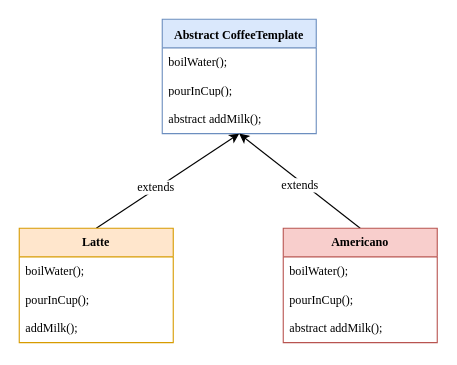
Above: DrawIO_file/流程图/模版方法模式.drawio in DingDongZz/typera_PicGO (draw.io), before the change. Source tidied: cells renumbered, new cells numbered last; positions are measured from the earlier drawing's top-left corner, leaving out a move shared by most shapes. Both pictures are drawn from the tidied source at 110%, with x=0, y=0 at pixel (19, 19).
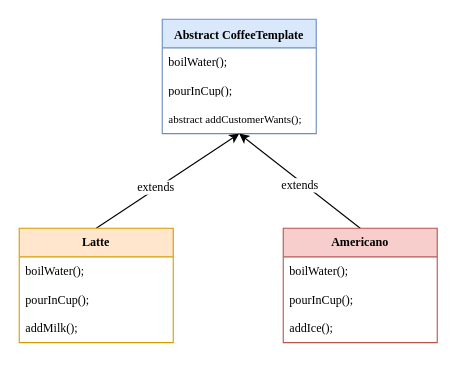
The same diagram, later.

Commit message (it also covers changes not shown here):
更新模版方法模式.drawio

What changed in the source:
```diff
@@
 <mxGraphModel>
   <root>
     <mxCell id="0" />
     <mxCell id="1" parent="0" />
     <mxCell id="2" value="&lt;p style=&quot;margin: 0px; font-variant-numeric: normal; font-variant-east-asian: normal; font-variant-alternates: normal; font-size-adjust: none; font-kerning: auto; font-optical-sizing: auto; font-feature-settings: normal; font-variation-settings: normal; font-variant-position: normal; font-variant-emoji: normal; font-stretch: normal; line-height: normal; text-align: start;&quot; class=&quot;p1&quot;&gt;&lt;b&gt;Abstract CoffeeTemplate&lt;/b&gt;&lt;/p&gt;" style="swimlane;fontStyle=0;horizontal=1;startSize=26;fillColor=#dae8fc;whiteSpace=wrap;html=1;fontFamily=Times New Roman;strokeColor=#6c8ebf;fontSize=11;" parent="1" vertex="1">
       <mxGeometry x="130" width="140" height="104" as="geometry" />
     </mxCell>
     <mxCell id="3" value="&lt;p style=&quot;margin: 0px; font-variant-numeric: normal; font-variant-east-asian: normal; font-variant-alternates: normal; font-size-adjust: none; font-kerning: auto; font-optical-sizing: auto; font-feature-settings: normal; font-variation-settings: normal; font-variant-position: normal; font-variant-emoji: normal; font-stretch: normal; line-height: normal;&quot; class=&quot;p1&quot;&gt;boilWater();&lt;/p&gt;" style="text;strokeColor=none;fillColor=none;align=left;verticalAlign=top;spacingLeft=4;spacingRight=4;overflow=hidden;whiteSpace=wrap;html=1;fontColor=default;fontFamily=Times New Roman;fontSize=11;" parent="2" vertex="1">
       <mxGeometry y="26" width="140" height="26" as="geometry" />
     </mxCell>
     <mxCell id="4" value="&lt;p style=&quot;margin: 0px; font-variant-numeric: normal; font-variant-east-asian: normal; font-variant-alternates: normal; font-size-adjust: none; font-kerning: auto; font-optical-sizing: auto; font-feature-settings: normal; font-variation-settings: normal; font-variant-position: normal; font-variant-emoji: normal; font-stretch: normal; line-height: normal;&quot; class=&quot;p1&quot;&gt;pourInCup();&lt;/p&gt;" style="text;strokeColor=none;fillColor=none;align=left;verticalAlign=top;spacingLeft=4;spacingRight=4;overflow=hidden;whiteSpace=wrap;html=1;fontColor=default;fontFamily=Times New Roman;fontSize=11;" parent="2" vertex="1">
       <mxGeometry y="52" width="140" height="26" as="geometry" />
     </mxCell>
-    <mxCell id="5" value="abstract addMilk();" style="text;strokeColor=none;fillColor=none;align=left;verticalAlign=top;spacingLeft=4;spacingRight=4;overflow=hidden;whiteSpace=wrap;html=1;fontColor=default;fontFamily=Times New Roman;fontSize=11;" parent="2" vertex="1">
+    <mxCell id="5" value="&lt;font style=&quot;font-size: 10px;&quot;&gt;abstract addCustomerWants();&lt;/font&gt;" style="text;strokeColor=none;fillColor=none;align=left;verticalAlign=top;spacingLeft=4;spacingRight=4;overflow=hidden;whiteSpace=wrap;html=1;fontColor=default;fontFamily=Times New Roman;fontSize=11;" parent="2" vertex="1">
       <mxGeometry y="78" width="140" height="26" as="geometry" />
     </mxCell>
     <mxCell id="6" style="rounded=0;jettySize=auto;html=1;entryX=0.5;entryY=1;entryDx=0;entryDy=0;exitX=0.5;exitY=0;exitDx=0;exitDy=0;fontColor=default;fontFamily=Times New Roman;fontSize=11;" parent="1" edge="1" source="8" target="2">
       <mxGeometry relative="1" as="geometry" />
     </mxCell>
     <mxCell id="7" value="extends" style="edgeLabel;html=1;align=center;verticalAlign=middle;fontFamily=Times New Roman;" parent="6" vertex="1">
       <mxGeometry x="-0.16" y="2" relative="1" as="geometry" />
     </mxCell>
     <mxCell id="8" value="&lt;b&gt;Latte&lt;/b&gt;" style="swimlane;fontStyle=0;horizontal=1;startSize=26;fillColor=#ffe6cc;whiteSpace=wrap;html=1;fontFamily=Times New Roman;strokeColor=#d79b00;fontSize=11;" parent="1" vertex="1">
       <mxGeometry y="190" width="140" height="104" as="geometry" />
     </mxCell>
     <mxCell id="9" value="boilWater();" style="text;strokeColor=none;fillColor=none;align=left;verticalAlign=top;spacingLeft=4;spacingRight=4;overflow=hidden;whiteSpace=wrap;html=1;fontColor=default;fontFamily=Times New Roman;fontSize=11;" parent="8" vertex="1">
       <mxGeometry y="26" width="140" height="26" as="geometry" />
     </mxCell>
     <mxCell id="10" value="pourInCup();" style="text;strokeColor=none;fillColor=none;align=left;verticalAlign=top;spacingLeft=4;spacingRight=4;overflow=hidden;whiteSpace=wrap;html=1;fontColor=default;fontFamily=Times New Roman;fontSize=11;" parent="8" vertex="1">
       <mxGeometry y="52" width="140" height="26" as="geometry" />
     </mxCell>
     <mxCell id="11" value="addMilk();" style="text;strokeColor=none;fillColor=none;align=left;verticalAlign=top;spacingLeft=4;spacingRight=4;overflow=hidden;whiteSpace=wrap;html=1;fontColor=default;fontFamily=Times New Roman;fontSize=11;" parent="8" vertex="1">
       <mxGeometry y="78" width="140" height="26" as="geometry" />
     </mxCell>
     <mxCell id="12" style="rounded=0;jettySize=auto;html=1;entryX=0.5;entryY=1;entryDx=0;entryDy=0;exitX=0.5;exitY=0;exitDx=0;exitDy=0;fontColor=default;fontFamily=Times New Roman;fontSize=11;" parent="1" edge="1" source="14" target="2">
       <mxGeometry relative="1" as="geometry" />
     </mxCell>
     <mxCell id="13" value="extends" style="edgeLabel;html=1;align=center;verticalAlign=middle;fontFamily=Times New Roman;" parent="12" vertex="1">
       <mxGeometry x="0.21" y="-1" relative="1" as="geometry">
         <mxPoint x="10" y="13" as="offset" />
       </mxGeometry>
     </mxCell>
     <mxCell id="14" value="&lt;b&gt;Americano&lt;/b&gt;" style="swimlane;fontStyle=0;horizontal=1;startSize=26;fillColor=#f8cecc;whiteSpace=wrap;html=1;fontFamily=Times New Roman;strokeColor=#b85450;fontSize=11;" parent="1" vertex="1">
       <mxGeometry x="240" y="190" width="140" height="104" as="geometry" />
     </mxCell>
     <mxCell id="15" value="boilWater();" style="text;strokeColor=none;fillColor=none;align=left;verticalAlign=top;spacingLeft=4;spacingRight=4;overflow=hidden;whiteSpace=wrap;html=1;fontColor=default;fontFamily=Times New Roman;fontSize=11;" parent="14" vertex="1">
       <mxGeometry y="26" width="140" height="26" as="geometry" />
     </mxCell>
     <mxCell id="16" value="pourInCup();" style="text;strokeColor=none;fillColor=none;align=left;verticalAlign=top;spacingLeft=4;spacingRight=4;overflow=hidden;whiteSpace=wrap;html=1;fontColor=default;fontFamily=Times New Roman;fontSize=11;" parent="14" vertex="1">
       <mxGeometry y="52" width="140" height="26" as="geometry" />
     </mxCell>
-    <mxCell id="17" value="abstract addMilk();" style="text;strokeColor=none;fillColor=none;align=left;verticalAlign=top;spacingLeft=4;spacingRight=4;overflow=hidden;whiteSpace=wrap;html=1;fontColor=default;fontFamily=Times New Roman;fontSize=11;" parent="14" vertex="1">
+    <mxCell id="17" value="addIce();" style="text;strokeColor=none;fillColor=none;align=left;verticalAlign=top;spacingLeft=4;spacingRight=4;overflow=hidden;whiteSpace=wrap;html=1;fontColor=default;fontFamily=Times New Roman;fontSize=11;" parent="14" vertex="1">
       <mxGeometry y="78" width="140" height="26" as="geometry" />
     </mxCell>
   </root>
 </mxGraphModel>
```
